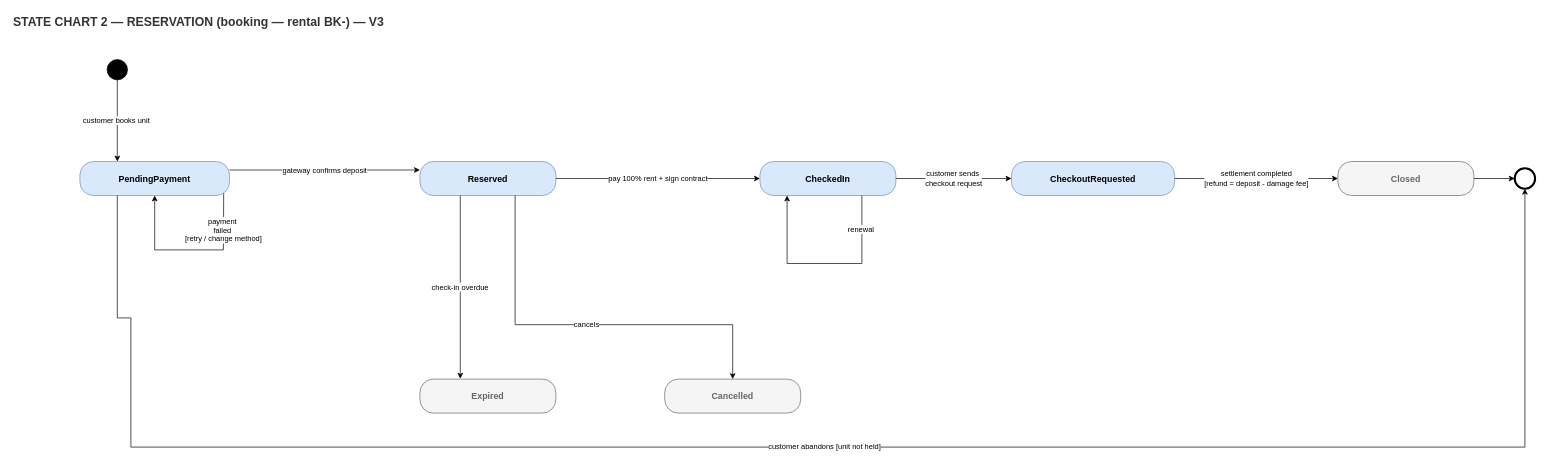
The draw.io diagram StateCharts_V3/StateChart2_Reservation_EN.drawio in bechovang/bmad-swp, before the edit. Source tidied: cells renumbered, new cells numbered last; positions are measured from the earlier drawing's top-left corner, leaving out a move shared by most shapes. Both pictures are drawn from the tidied source at 68%, with x=0, y=0 at pixel (12, 12).
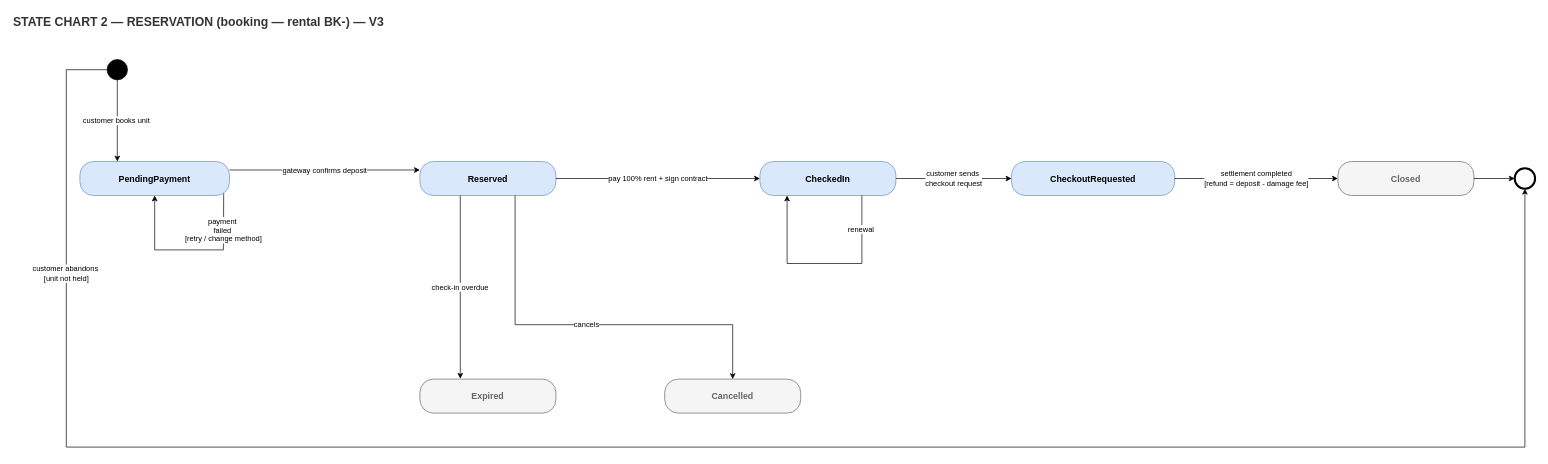
After the change.

Commit message (it also covers changes not shown here):
Tweak state charts manually (user edits in StateCharts_V3)

The change refers to these unchanged cells:
```xml
<mxCell id="3" style="ellipse;html=1;fillColor=#000000;strokeColor=#000000;" parent="1" vertex="1">
  <mxGeometry x="140" y="70" width="30" height="30" as="geometry" />
</mxCell>
<mxCell id="4" value="PendingPayment" style="rounded=1;whiteSpace=wrap;html=1;arcSize=40;fillColor=#dae8fc;strokeColor=#6c8ebf;fontSize=13;fontStyle=1;" parent="1" vertex="1">
  <mxGeometry x="100" y="220" width="220" height="50" as="geometry" />
</mxCell>
<mxCell id="9" style="ellipse;html=1;fillColor=#FFFFFF;strokeColor=#000000;strokeWidth=3;" parent="1" vertex="1">
  <mxGeometry x="2210" y="230" width="30" height="30" as="geometry" />
</mxCell>
```

What changed in the source:
```diff
@@
-    <mxCell id="13" value="customer abandons [unit not held]" style="edgeStyle=orthogonalEdgeStyle;rounded=0;jettySize=auto;html=1;exitX=0.25;exitY=1;exitDx=0;exitDy=0;fontSize=11;entryX=0.5;entryY=1;entryDx=0;entryDy=0;" parent="1" edge="1" source="4" target="9">
-      <mxGeometry relative="1" as="geometry">
+    <mxCell id="13" value="customer abandons&amp;nbsp;&lt;div&gt;[unit not held]&lt;/div&gt;" style="edgeStyle=orthogonalEdgeStyle;rounded=0;jettySize=auto;html=1;exitX=0;exitY=0.5;exitDx=0;exitDy=0;fontSize=11;entryX=0.5;entryY=1;entryDx=0;entryDy=0;" parent="1" edge="1" source="3" target="9">
+      <mxGeometry x="-0.77" relative="1" as="geometry">
         <Array as="points">
-          <mxPoint x="155" y="450" />
-          <mxPoint x="175" y="450" />
-          <mxPoint x="175" y="640" />
+          <mxPoint x="80" y="85" />
+          <mxPoint x="80" y="640" />
           <mxPoint x="2225" y="640" />
         </Array>
+        <mxPoint y="-1" as="offset" />
       </mxGeometry>
     </mxCell>
```
